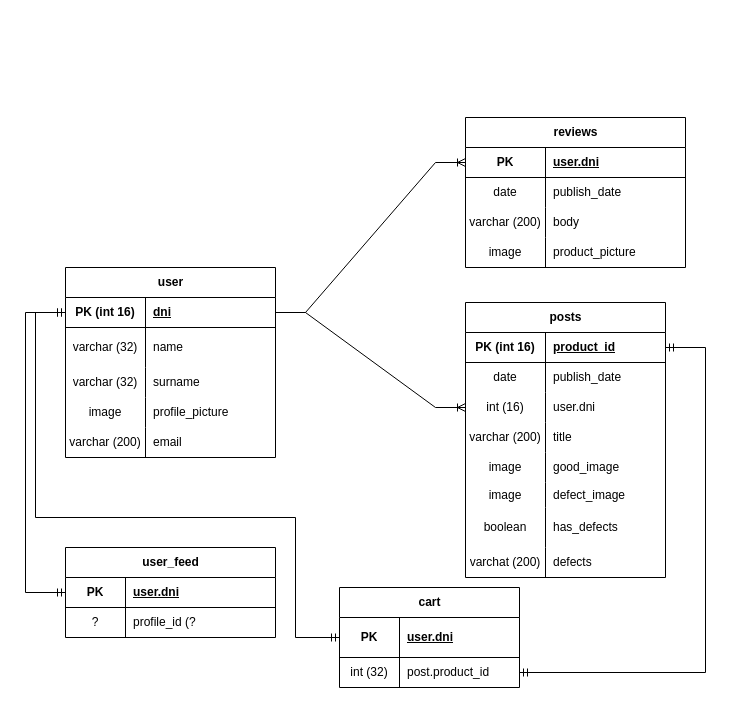
The draw.io diagram Documentacion BackEnd/DLR.drawio.xml in ATREUSR/Proyecto-2023, before the edit. Source tidied: cells renumbered, new cells numbered last; positions are measured from the earlier drawing's top-left corner, leaving out a move shared by most shapes. Both pictures are drawn from the tidied source at 100%, with x=0, y=0 at pixel (25, 117).
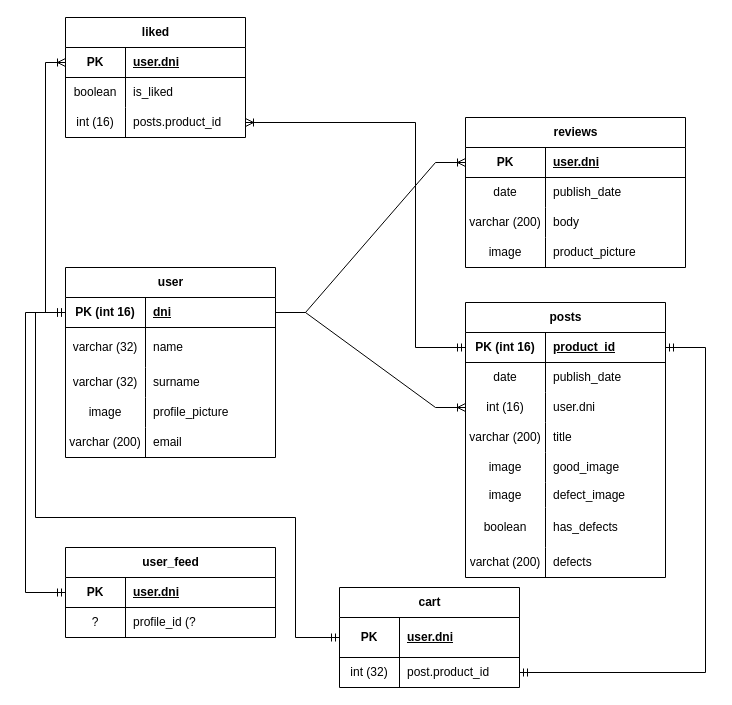
Above is the later version.

Commit message (it also covers changes not shown here):
feat: Agregue las entidad liked

The change refers to these unchanged cells:
```xml
<mxCell id="3" style="shape=tableRow;horizontal=0;startSize=0;swimlaneHead=0;swimlaneBody=0;fillColor=none;points=[[0,0.5],[1,0.5]];portConstraint=eastwest;top=0;left=0;right=0;bottom=1;" parent="2" vertex="1">
  <mxGeometry y="30" width="210" height="30" as="geometry" />
</mxCell>
<mxCell id="49" style="shape=tableRow;horizontal=0;startSize=0;swimlaneHead=0;swimlaneBody=0;fillColor=none;points=[[0,0.5],[1,0.5]];portConstraint=eastwest;top=0;left=0;right=0;bottom=1;" parent="48" vertex="1">
  <mxGeometry y="30" width="200" height="30" as="geometry" />
</mxCell>
```

Change to the diagram source:
```diff
@@
+    <mxCell id="75" value="liked" style="shape=table;startSize=30;childLayout=tableLayout;rowLines=0;fontStyle=1;align=center;html=1;" parent="1" vertex="1">
+      <mxGeometry x="40" y="-100" width="180" height="120" as="geometry" />
+    </mxCell>
+    <mxCell id="76" style="shape=tableRow;horizontal=0;startSize=0;swimlaneHead=0;swimlaneBody=0;fillColor=none;points=[[0,0.5],[1,0.5]];portConstraint=eastwest;top=0;left=0;right=0;bottom=1;" parent="75" vertex="1">
+      <mxGeometry y="30" width="180" height="30" as="geometry" />
+    </mxCell>
+    <mxCell id="77" value="PK" style="shape=partialRectangle;fillColor=none;top=0;left=0;bottom=0;right=0;fontStyle=1;overflow=hidden;whiteSpace=wrap;html=1;" parent="76" vertex="1">
+      <mxGeometry width="60" height="30" as="geometry" />
+    </mxCell>
+    <mxCell id="78" value="user.dni" style="shape=partialRectangle;fillColor=none;top=0;left=0;bottom=0;right=0;align=left;spacingLeft=6;fontStyle=5;overflow=hidden;whiteSpace=wrap;html=1;" parent="76" vertex="1">
+      <mxGeometry x="60" width="120" height="30" as="geometry" />
+    </mxCell>
+    <mxCell id="79" style="shape=tableRow;horizontal=0;startSize=0;swimlaneHead=0;swimlaneBody=0;fillColor=none;top=0;left=0;right=0;bottom=0;" parent="75" vertex="1">
+      <mxGeometry y="60" width="180" height="30" as="geometry" />
+    </mxCell>
+    <mxCell id="80" value="boolean" style="shape=partialRectangle;fillColor=none;top=0;left=0;bottom=0;right=0;overflow=hidden;whiteSpace=wrap;html=1;" parent="79" vertex="1">
+      <mxGeometry width="60" height="30" as="geometry" />
+    </mxCell>
+    <mxCell id="81" value="is_liked" style="shape=partialRectangle;fillColor=none;top=0;left=0;bottom=0;right=0;align=left;spacingLeft=6;overflow=hidden;whiteSpace=wrap;html=1;" parent="79" vertex="1">
+      <mxGeometry x="60" width="120" height="30" as="geometry" />
+    </mxCell>
+    <mxCell id="82" style="shape=tableRow;horizontal=0;startSize=0;swimlaneHead=0;swimlaneBody=0;fillColor=none;points=[[0,0.5],[1,0.5]];portConstraint=eastwest;top=0;left=0;right=0;bottom=0;" parent="75" vertex="1">
+      <mxGeometry y="90" width="180" height="30" as="geometry" />
+    </mxCell>
+    <mxCell id="83" value="int (16)" style="shape=partialRectangle;fillColor=none;top=0;left=0;bottom=0;right=0;overflow=hidden;whiteSpace=wrap;html=1;" parent="82" vertex="1">
+      <mxGeometry width="60" height="30" as="geometry" />
+    </mxCell>
+    <mxCell id="84" value="posts.product_id" style="shape=partialRectangle;fillColor=none;top=0;left=0;bottom=0;right=0;align=left;spacingLeft=6;overflow=hidden;whiteSpace=wrap;html=1;" parent="82" vertex="1">
+      <mxGeometry x="60" width="120" height="30" as="geometry" />
+    </mxCell>
+    <mxCell id="85" style="fontSize=12;html=1;endArrow=ERoneToMany;startArrow=ERmandOne;rounded=0;exitX=0;exitY=0.5;exitDx=0;exitDy=0;entryX=1;entryY=0.5;entryDx=0;entryDy=0;startFill=0;endFill=0;" parent="1" edge="1" source="49" target="82">
+      <mxGeometry relative="1" as="geometry">
+        <Array as="points">
+          <mxPoint x="390" y="230" />
+          <mxPoint x="390" y="5" />
+        </Array>
+      </mxGeometry>
+    </mxCell>
+    <mxCell id="86" style="edgeStyle=orthogonalEdgeStyle;rounded=0;jettySize=auto;html=1;exitX=0;exitY=0.5;exitDx=0;exitDy=0;entryX=0;entryY=0.5;entryDx=0;entryDy=0;endArrow=ERoneToMany;endFill=0;startArrow=ERmandOne;startFill=0;" parent="1" edge="1" source="3" target="76">
+      <mxGeometry relative="1" as="geometry" />
+    </mxCell>
```
